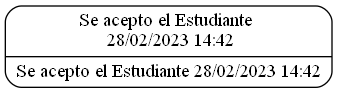
Erick21Enrique99Gon/EDD_1S2023_PY_201900621 keeps this Graphviz diagram as EDD_Proyecto1_Fase1/Pila admin.png. Above is the earlier version. Its source is kept beside it as EDD_Proyecto1_Fase1/Pila admin.dot.
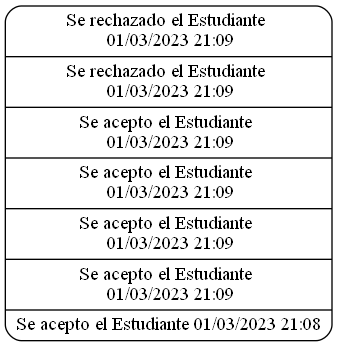
The same diagram one commit later.

Diff of the diagram source:
```diff
@@ -1,6 +1,6 @@
 digraph G {
 node [shape=record];
 rankdir=TB;
-N[label="{Se acepto el Estudiante &#92;n 28/02/2023 14:42|Se acepto el Estudiante 28/02/2023 14:42}"shape=Mrecord];
+N[label="{Se rechazado el Estudiante &#92;n 01/03/2023 21:09|Se rechazado el Estudiante &#92;n 01/03/2023 21:09|Se acepto el Estudiante &#92;n 01/03/2023 21:09|Se acepto el Estudiante &#92;n 01/03/2023 21:09|Se acepto el Estudiante &#92;n 01/03/2023 21:09|Se acepto el Estudiante &#92;n 01/03/2023 21:09|Se acepto el Estudiante 01/03/2023 21:08}"shape=Mrecord];
 N:here;
 }
```
